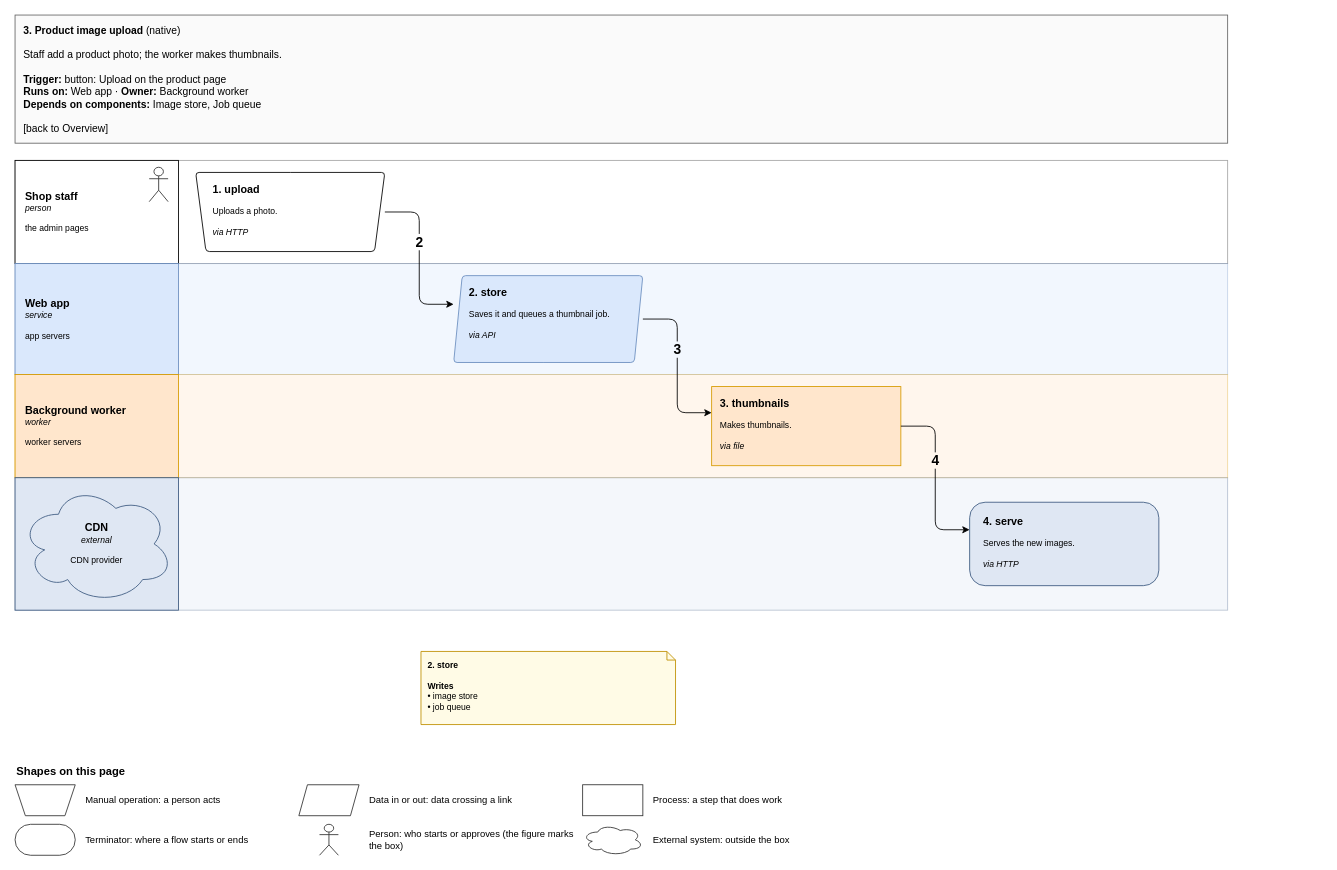
Above: page "3. Product image upload" (8 of 10) of specialists/platform/skill-drawio/examples/shop/drawio/flows.drawio in amalikn/skills_stuff (draw.io), before the change. Source tidied: cells renumbered, new cells numbered last; positions are measured from the earlier drawing's top-left corner, leaving out a move shared by most shapes. Both pictures are drawn from the tidied source at 86%, with x=0, y=0 at pixel (15, 15).
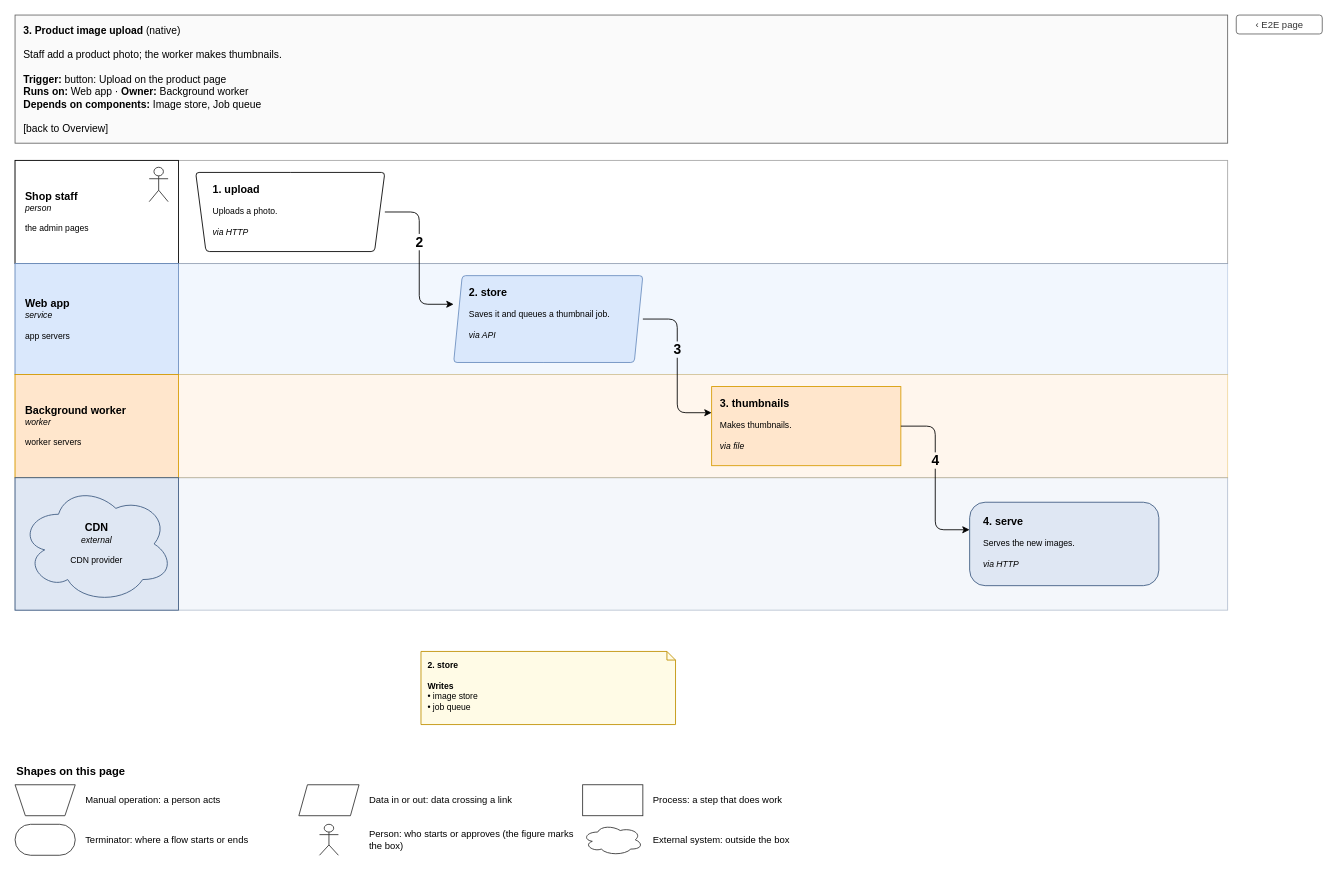
The same page after the edit.

What changed in the source:
```diff
@@
+    <mxCell id="37" value="‹ E2E page" style="rounded=1;html=1;fillColor=#ffffff;strokeColor=#666666;fontColor=#333333;fontSize=11;align=center;verticalAlign=middle;" parent="1" vertex="1">
+      <mxGeometry x="1420" width="100" height="22" as="geometry" />
+    </mxCell>
```
